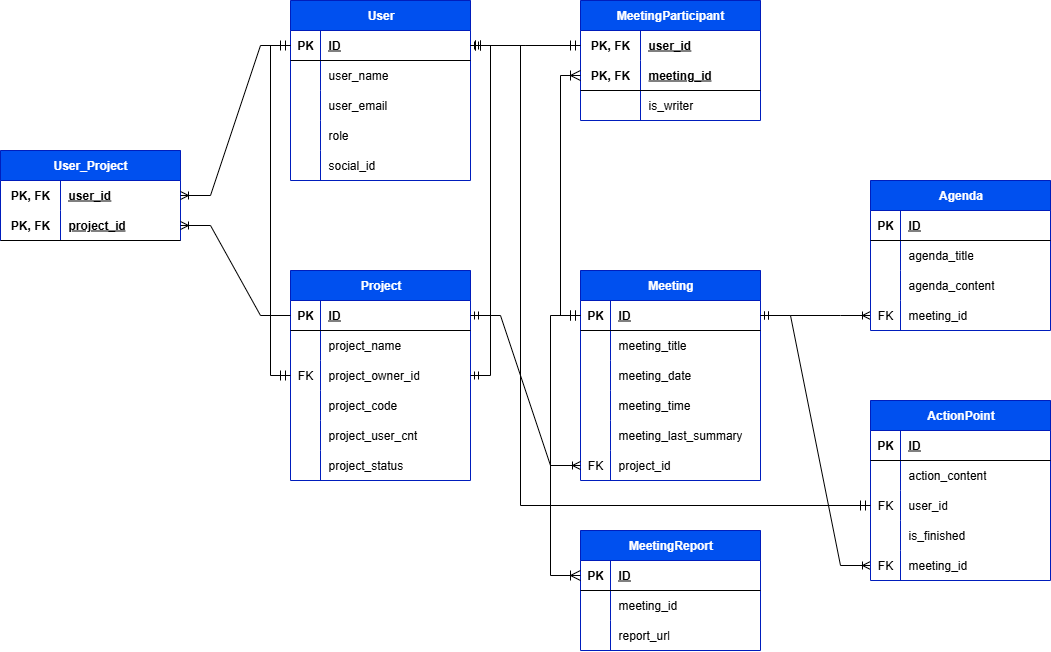
Before: Longkathon_ERD.png, a diagram exported from draw.io (Club-PARD/ActionPoint_BE). Source tidied: cells renumbered, new cells last; positions are measured from the earlier drawing's top-left corner, leaving out a move shared by most shapes.
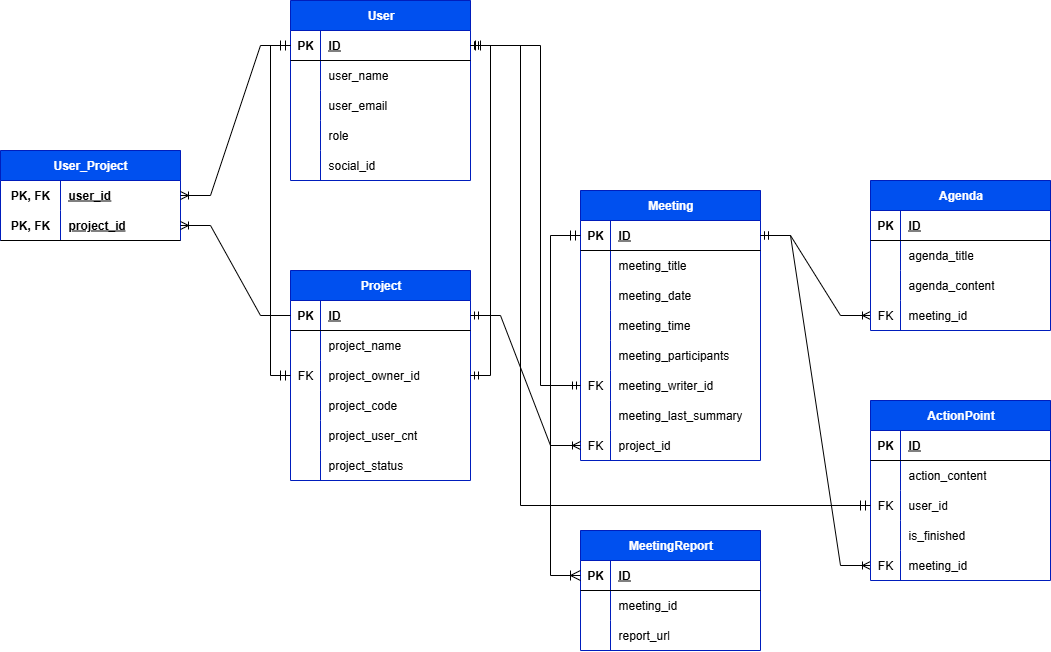
Later version of the same file.

What changed in the source:
```diff
@@ -108,7 +108,7 @@
       <mxGeometry x="30" width="150" height="30" as="geometry" />
     </mxCell>
     <mxCell id="37" value="Meeting" style="shape=table;startSize=30;rowLines=0;fontStyle=1;align=center;html=1;fillColor=#0050ef;fontColor=#ffffff;strokeColor=#001DBC;" parent="1" vertex="1">
-      <mxGeometry x="580" y="270" width="180" height="210" as="geometry" />
+      <mxGeometry x="580" y="190" width="180" height="270" as="geometry" />
     </mxCell>
     <mxCell id="38" style="shape=tableRow;horizontal=0;startSize=0;swimlaneHead=0;swimlaneBody=0;fillColor=none;points=[[0,0.5],[1,0.5]];portConstraint=eastwest;top=0;left=0;right=0;bottom=1;" parent="37" vertex="1">
       <mxGeometry y="30" width="180" height="30" as="geometry" />
@@ -146,8 +146,26 @@
     <mxCell id="49" value="meeting_time" style="shape=partialRectangle;fillColor=none;top=0;left=0;bottom=0;right=0;align=left;spacingLeft=6;overflow=hidden;whiteSpace=wrap;html=1;" parent="47" vertex="1">
       <mxGeometry x="30" width="150" height="30" as="geometry" />
     </mxCell>
+    <mxCell id="123" style="shape=tableRow;horizontal=0;startSize=0;swimlaneHead=0;swimlaneBody=0;fillColor=none;top=0;left=0;right=0;bottom=0;" parent="37" vertex="1">
+      <mxGeometry y="150" width="180" height="30" as="geometry" />
+    </mxCell>
+    <mxCell id="124" style="shape=partialRectangle;fillColor=none;top=0;left=0;bottom=0;right=0;overflow=hidden;whiteSpace=wrap;html=1;" parent="123" vertex="1">
+      <mxGeometry width="30" height="30" as="geometry" />
+    </mxCell>
+    <mxCell id="125" value="meeting_participants" style="shape=partialRectangle;fillColor=none;top=0;left=0;bottom=0;right=0;align=left;spacingLeft=6;overflow=hidden;whiteSpace=wrap;html=1;" parent="123" vertex="1">
+      <mxGeometry x="30" width="150" height="30" as="geometry" />
+    </mxCell>
+    <mxCell id="126" style="shape=tableRow;horizontal=0;startSize=0;swimlaneHead=0;swimlaneBody=0;fillColor=none;points=[[0,0.5],[1,0.5]];portConstraint=eastwest;top=0;left=0;right=0;bottom=0;" parent="37" vertex="1">
+      <mxGeometry y="180" width="180" height="30" as="geometry" />
+    </mxCell>
+    <mxCell id="127" value="FK" style="shape=partialRectangle;fillColor=none;top=0;left=0;bottom=0;right=0;overflow=hidden;whiteSpace=wrap;html=1;" parent="126" vertex="1">
+      <mxGeometry width="30" height="30" as="geometry" />
+    </mxCell>
+    <mxCell id="128" value="meeting_writer_id" style="shape=partialRectangle;fillColor=none;top=0;left=0;bottom=0;right=0;align=left;spacingLeft=6;overflow=hidden;whiteSpace=wrap;html=1;" parent="126" vertex="1">
+      <mxGeometry x="30" width="150" height="30" as="geometry" />
+    </mxCell>
     <mxCell id="50" style="shape=tableRow;horizontal=0;startSize=0;swimlaneHead=0;swimlaneBody=0;fillColor=none;top=0;left=0;right=0;bottom=0;" parent="37" vertex="1">
-      <mxGeometry y="150" width="180" height="30" as="geometry" />
+      <mxGeometry y="210" width="180" height="30" as="geometry" />
     </mxCell>
     <mxCell id="51" style="shape=partialRectangle;fillColor=none;top=0;left=0;bottom=0;right=0;overflow=hidden;whiteSpace=wrap;html=1;" parent="50" vertex="1">
       <mxGeometry width="30" height="30" as="geometry" />
@@ -156,7 +174,7 @@
       <mxGeometry x="30" width="150" height="30" as="geometry" />
     </mxCell>
     <mxCell id="53" style="shape=tableRow;horizontal=0;startSize=0;swimlaneHead=0;swimlaneBody=0;fillColor=none;points=[[0,0.5],[1,0.5]];portConstraint=eastwest;top=0;left=0;right=0;bottom=0;" parent="37" vertex="1">
-      <mxGeometry y="180" width="180" height="30" as="geometry" />
+      <mxGeometry y="240" width="180" height="30" as="geometry" />
     </mxCell>
     <mxCell id="54" value="FK" style="shape=partialRectangle;fillColor=none;top=0;left=0;bottom=0;right=0;overflow=hidden;whiteSpace=wrap;html=1;" parent="53" vertex="1">
       <mxGeometry width="30" height="30" as="geometry" />
@@ -305,46 +323,6 @@
         </Array>
       </mxGeometry>
     </mxCell>
-    <mxCell id="98" value="MeetingParticipant" style="shape=table;startSize=30;rowLines=0;fontStyle=1;align=center;html=1;whiteSpace=wrap;fillColor=#0050ef;strokeColor=#001DBC;fontColor=#ffffff;" parent="1" vertex="1">
-      <mxGeometry x="580" width="180" height="120" as="geometry" />
-    </mxCell>
-    <mxCell id="99" style="shape=tableRow;horizontal=0;startSize=0;swimlaneHead=0;swimlaneBody=0;fillColor=none;points=[[0,0.5],[1,0.5]];portConstraint=eastwest;top=0;left=0;right=0;bottom=0;html=1;" parent="98" vertex="1">
-      <mxGeometry y="30" width="180" height="30" as="geometry" />
-    </mxCell>
-    <mxCell id="100" value="PK, FK" style="shape=partialRectangle;fillColor=none;top=0;left=0;bottom=0;right=0;fontStyle=1;overflow=hidden;html=1;whiteSpace=wrap;" parent="99" vertex="1">
-      <mxGeometry width="60" height="30" as="geometry" />
-    </mxCell>
-    <mxCell id="101" value="user_id" style="shape=partialRectangle;fillColor=none;top=0;left=0;bottom=0;right=0;align=left;spacingLeft=6;fontStyle=5;overflow=hidden;html=1;whiteSpace=wrap;" parent="99" vertex="1">
-      <mxGeometry x="60" width="120" height="30" as="geometry" />
-    </mxCell>
-    <mxCell id="102" style="shape=tableRow;horizontal=0;startSize=0;swimlaneHead=0;swimlaneBody=0;fillColor=none;points=[[0,0.5],[1,0.5]];portConstraint=eastwest;top=0;left=0;right=0;bottom=1;html=1;" parent="98" vertex="1">
-      <mxGeometry y="60" width="180" height="30" as="geometry" />
-    </mxCell>
-    <mxCell id="103" value="PK, FK" style="shape=partialRectangle;fillColor=none;top=0;left=0;bottom=0;right=0;fontStyle=1;overflow=hidden;html=1;whiteSpace=wrap;" parent="102" vertex="1">
-      <mxGeometry width="60" height="30" as="geometry" />
-    </mxCell>
-    <mxCell id="104" value="meeting_id" style="shape=partialRectangle;fillColor=none;top=0;left=0;bottom=0;right=0;align=left;spacingLeft=6;fontStyle=5;overflow=hidden;html=1;whiteSpace=wrap;" parent="102" vertex="1">
-      <mxGeometry x="60" width="120" height="30" as="geometry" />
-    </mxCell>
-    <mxCell id="105" style="shape=tableRow;horizontal=0;startSize=0;swimlaneHead=0;swimlaneBody=0;fillColor=none;top=0;left=0;right=0;bottom=0;html=1;" parent="98" vertex="1">
-      <mxGeometry y="90" width="180" height="30" as="geometry" />
-    </mxCell>
-    <mxCell id="106" style="shape=partialRectangle;fillColor=none;top=0;left=0;bottom=0;right=0;overflow=hidden;html=1;whiteSpace=wrap;" parent="105" vertex="1">
-      <mxGeometry width="60" height="30" as="geometry" />
-    </mxCell>
-    <mxCell id="107" value="is_writer" style="shape=partialRectangle;fillColor=none;top=0;left=0;bottom=0;right=0;align=left;spacingLeft=6;overflow=hidden;html=1;whiteSpace=wrap;" parent="105" vertex="1">
-      <mxGeometry x="60" width="120" height="30" as="geometry" />
-    </mxCell>
-    <mxCell id="108" style="edgeStyle=elbowEdgeStyle;fontSize=12;html=1;endArrow=ERoneToMany;startArrow=ERmandOne;rounded=0;startSize=8;endSize=8;exitX=0;exitY=0.5;exitDx=0;exitDy=0;entryX=0;entryY=0.5;entryDx=0;entryDy=0;" parent="1" edge="1" source="38" target="102">
-      <mxGeometry relative="1" as="geometry">
-        <Array as="points">
-          <mxPoint x="560" y="200" />
-        </Array>
-      </mxGeometry>
-    </mxCell>
-    <mxCell id="109" style="edgeStyle=elbowEdgeStyle;fontSize=12;html=1;endArrow=ERmandOne;startArrow=ERmandOne;rounded=0;startSize=8;endSize=8;exitX=1;exitY=0.5;exitDx=0;exitDy=0;entryX=0;entryY=0.5;entryDx=0;entryDy=0;" parent="1" edge="1" source="3" target="99">
-      <mxGeometry relative="1" as="geometry" />
-    </mxCell>
     <mxCell id="110" style="edgeStyle=elbowEdgeStyle;fontSize=12;html=1;endArrow=ERmandOne;startArrow=ERmandOne;rounded=0;startSize=8;endSize=8;exitX=0;exitY=0.5;exitDx=0;exitDy=0;entryX=0;entryY=0.5;entryDx=0;entryDy=0;" parent="1" edge="1" source="25" target="3">
       <mxGeometry relative="1" as="geometry">
         <Array as="points">
@@ -396,5 +374,12 @@
         </Array>
       </mxGeometry>
     </mxCell>
+    <mxCell id="129" style="edgeStyle=elbowEdgeStyle;fontSize=12;html=1;endArrow=ERmandOne;startArrow=ERmandOne;rounded=0;entryX=0;entryY=0.5;entryDx=0;entryDy=0;exitX=1;exitY=0.5;exitDx=0;exitDy=0;" parent="1" edge="1" source="3" target="126">
+      <mxGeometry relative="1" as="geometry">
+        <Array as="points">
+          <mxPoint x="540" y="220" />
+        </Array>
+      </mxGeometry>
+    </mxCell>
   </root>
 </mxGraphModel>
```
